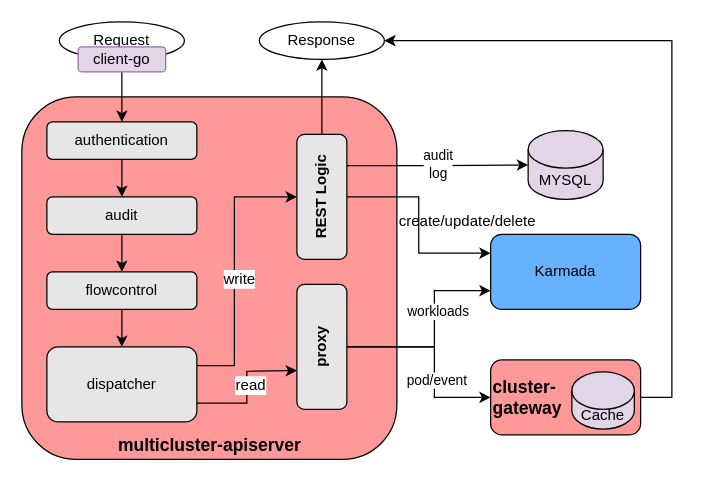
Earlier version of the draw.io diagram docs/casestudies/static/xiaohongshu_05.drawio (RainbowMango/website-3). Source tidied: cells renumbered, new cells numbered last; positions are measured from the earlier drawing's top-left corner, leaving out a move shared by most shapes. Both pictures are drawn from the tidied source at 125%, with x=0, y=0 at pixel (21, 21).
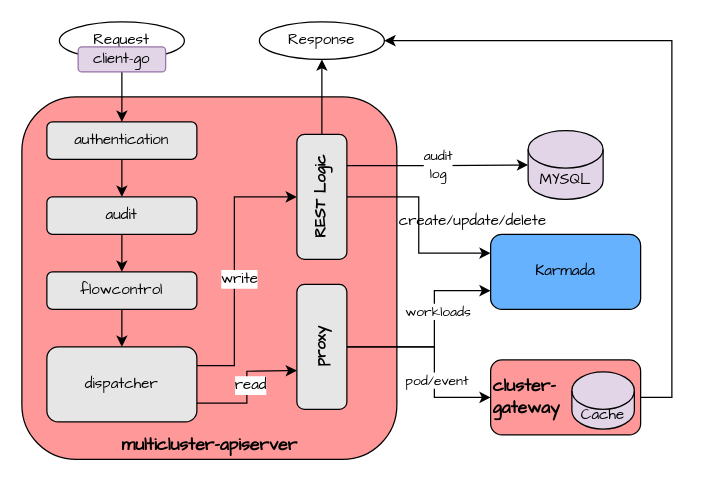
The same diagram, later.

Diff of the diagram source:
```diff
@@
-    <mxCell id="2" style="rounded=1;whiteSpace=wrap;html=1;fillColor=#FF9999;strokeColor=default;align=center;verticalAlign=middle;fontFamily=Helvetica;fontSize=12;fontColor=default;" parent="1" vertex="1">
+    <mxCell id="2" style="rounded=1;whiteSpace=wrap;html=1;fillColor=#FF9999;strokeColor=default;align=center;verticalAlign=middle;fontFamily=Comic Sans MS;fontSize=12;fontColor=default;" parent="1" vertex="1">
       <mxGeometry y="60" width="300" height="290" as="geometry" />
     </mxCell>
-    <mxCell id="3" style="edgeStyle=orthogonalEdgeStyle;rounded=0;jettySize=auto;html=1;entryX=0.5;entryY=0;entryDx=0;entryDy=0;" parent="1" edge="1" source="4" target="6">
+    <mxCell id="3" style="edgeStyle=orthogonalEdgeStyle;rounded=0;jettySize=auto;html=1;entryX=0.5;entryY=0;entryDx=0;entryDy=0;fontFamily=Comic Sans MS;" parent="1" edge="1" source="4" target="6">
       <mxGeometry relative="1" as="geometry" />
     </mxCell>
-    <mxCell id="4" value="authentication" style="rounded=1;whiteSpace=wrap;html=1;fillColor=#E6E6E6;" parent="1" vertex="1">
+    <mxCell id="4" value="authentication" style="rounded=1;whiteSpace=wrap;html=1;fillColor=#E6E6E6;fontFamily=Comic Sans MS;" parent="1" vertex="1">
       <mxGeometry x="20" y="80" width="120" height="30" as="geometry" />
     </mxCell>
-    <mxCell id="5" style="edgeStyle=orthogonalEdgeStyle;rounded=0;jettySize=auto;html=1;" parent="1" edge="1" source="6" target="8">
+    <mxCell id="5" style="edgeStyle=orthogonalEdgeStyle;rounded=0;jettySize=auto;html=1;fontFamily=Comic Sans MS;" parent="1" edge="1" source="6" target="8">
       <mxGeometry relative="1" as="geometry" />
     </mxCell>
-    <mxCell id="6" value="audit" style="rounded=1;whiteSpace=wrap;html=1;fillColor=#E6E6E6;strokeColor=default;align=center;verticalAlign=middle;fontFamily=Helvetica;fontSize=12;fontColor=default;" parent="1" vertex="1">
+    <mxCell id="6" value="audit" style="rounded=1;whiteSpace=wrap;html=1;fillColor=#E6E6E6;strokeColor=default;align=center;verticalAlign=middle;fontFamily=Comic Sans MS;fontSize=12;fontColor=default;" parent="1" vertex="1">
       <mxGeometry x="20" y="140" width="120" height="30" as="geometry" />
     </mxCell>
-    <mxCell id="7" style="edgeStyle=orthogonalEdgeStyle;rounded=0;jettySize=auto;html=1;entryX=0.5;entryY=0;entryDx=0;entryDy=0;" parent="1" edge="1" source="8" target="11">
+    <mxCell id="7" style="edgeStyle=orthogonalEdgeStyle;rounded=0;jettySize=auto;html=1;entryX=0.5;entryY=0;entryDx=0;entryDy=0;fontFamily=Comic Sans MS;" parent="1" edge="1" source="8" target="11">
       <mxGeometry relative="1" as="geometry" />
     </mxCell>
-    <mxCell id="8" value="flowcontrol" style="rounded=1;whiteSpace=wrap;html=1;fillColor=#E6E6E6;strokeColor=default;align=center;verticalAlign=middle;fontFamily=Helvetica;fontSize=12;fontColor=default;" parent="1" vertex="1">
+    <mxCell id="8" value="flowcontrol" style="rounded=1;whiteSpace=wrap;html=1;fillColor=#E6E6E6;strokeColor=default;align=center;verticalAlign=middle;fontFamily=Comic Sans MS;fontSize=12;fontColor=default;" parent="1" vertex="1">
       <mxGeometry x="20" y="200" width="120" height="30" as="geometry" />
     </mxCell>
-    <mxCell id="9" style="edgeStyle=orthogonalEdgeStyle;rounded=0;jettySize=auto;html=1;entryX=0.5;entryY=0;entryDx=0;entryDy=0;exitX=1;exitY=0.25;exitDx=0;exitDy=0;" parent="1" edge="1" source="11" target="13">
+    <mxCell id="9" style="edgeStyle=orthogonalEdgeStyle;rounded=0;jettySize=auto;html=1;entryX=0.5;entryY=0;entryDx=0;entryDy=0;exitX=1;exitY=0.25;exitDx=0;exitDy=0;fontFamily=Comic Sans MS;" parent="1" edge="1" source="11" target="13">
       <mxGeometry relative="1" as="geometry">
         <Array as="points">
           <mxPoint x="170" y="275" />
           <mxPoint x="170" y="140" />
         </Array>
       </mxGeometry>
     </mxCell>
-    <mxCell id="10" value="write" style="edgeLabel;html=1;align=center;verticalAlign=middle;fontSize=12;" parent="9" vertex="1">
+    <mxCell id="10" value="write" style="edgeLabel;html=1;align=center;verticalAlign=middle;fontSize=12;fontFamily=Comic Sans MS;" parent="9" vertex="1">
       <mxGeometry x="-0.07" y="-3" relative="1" as="geometry" />
     </mxCell>
-    <mxCell id="11" value="dispatcher" style="rounded=1;whiteSpace=wrap;html=1;fillColor=#E6E6E6;strokeColor=default;align=center;verticalAlign=middle;fontFamily=Helvetica;fontSize=12;fontColor=default;" parent="1" vertex="1">
+    <mxCell id="11" value="dispatcher" style="rounded=1;whiteSpace=wrap;html=1;fillColor=#E6E6E6;strokeColor=default;align=center;verticalAlign=middle;fontFamily=Comic Sans MS;fontSize=12;fontColor=default;" parent="1" vertex="1">
       <mxGeometry x="20" y="260" width="120" height="60" as="geometry" />
     </mxCell>
-    <mxCell id="12" style="edgeStyle=orthogonalEdgeStyle;rounded=0;jettySize=auto;html=1;entryX=0;entryY=0.25;entryDx=0;entryDy=0;" parent="1" edge="1" source="13" target="20">
+    <mxCell id="12" style="edgeStyle=orthogonalEdgeStyle;rounded=0;jettySize=auto;html=1;entryX=0;entryY=0.25;entryDx=0;entryDy=0;fontFamily=Comic Sans MS;" parent="1" edge="1" source="13" target="20">
       <mxGeometry relative="1" as="geometry" />
     </mxCell>
-    <mxCell id="13" value="REST Logic" style="rounded=1;whiteSpace=wrap;html=1;rotation=-90;fontStyle=1;fontFamily=Helvetica;strokeColor=default;align=center;verticalAlign=middle;fontSize=12;fontColor=default;fillColor=#E6E6E6;" parent="1" vertex="1">
+    <mxCell id="13" value="REST Logic" style="rounded=1;whiteSpace=wrap;html=1;rotation=-90;fontStyle=1;fontFamily=Comic Sans MS;strokeColor=default;align=center;verticalAlign=middle;fontSize=12;fontColor=default;fillColor=#E6E6E6;" parent="1" vertex="1">
       <mxGeometry x="190" y="120" width="100" height="40" as="geometry" />
     </mxCell>
-    <mxCell id="14" value="MYSQL" style="shape=cylinder3;whiteSpace=wrap;html=1;boundedLbl=1;backgroundOutline=1;size=15;rounded=1;fillColor=#E1D5E7;" parent="1" vertex="1">
+    <mxCell id="14" value="MYSQL" style="shape=cylinder3;whiteSpace=wrap;html=1;boundedLbl=1;backgroundOutline=1;size=15;rounded=1;fillColor=#E1D5E7;fontFamily=Comic Sans MS;" parent="1" vertex="1">
       <mxGeometry x="405" y="87" width="60" height="55" as="geometry" />
     </mxCell>
-    <mxCell id="15" style="edgeStyle=orthogonalEdgeStyle;rounded=0;jettySize=auto;html=1;entryX=0;entryY=0.5;entryDx=0;entryDy=0;" parent="1" edge="1" source="19" target="21">
+    <mxCell id="15" style="edgeStyle=orthogonalEdgeStyle;rounded=0;jettySize=auto;html=1;entryX=0;entryY=0.5;entryDx=0;entryDy=0;fontFamily=Comic Sans MS;" parent="1" edge="1" source="19" target="21">
       <mxGeometry relative="1" as="geometry">
         <Array as="points">
           <mxPoint x="330" y="260" />
           <mxPoint x="330" y="300" />
         </Array>
       </mxGeometry>
     </mxCell>
-    <mxCell id="16" value="pod/event" style="edgeLabel;html=1;align=center;verticalAlign=middle;" parent="15" vertex="1">
+    <mxCell id="16" value="pod/event" style="edgeLabel;html=1;align=center;verticalAlign=middle;fontFamily=Comic Sans MS;" parent="15" vertex="1">
       <mxGeometry x="0.24" y="1" relative="1" as="geometry" />
     </mxCell>
-    <mxCell id="17" style="edgeStyle=orthogonalEdgeStyle;rounded=0;jettySize=auto;html=1;entryX=0;entryY=0.75;entryDx=0;entryDy=0;" parent="1" edge="1" source="19" target="20">
+    <mxCell id="17" style="edgeStyle=orthogonalEdgeStyle;rounded=0;jettySize=auto;html=1;entryX=0;entryY=0.75;entryDx=0;entryDy=0;fontFamily=Comic Sans MS;" parent="1" edge="1" source="19" target="20">
       <mxGeometry relative="1" as="geometry">
         <Array as="points">
           <mxPoint x="330" y="260" />
           <mxPoint x="330" y="215" />
         </Array>
       </mxGeometry>
     </mxCell>
-    <mxCell id="18" value="workloads" style="edgeLabel;html=1;align=center;verticalAlign=middle;" parent="17" vertex="1">
+    <mxCell id="18" value="workloads" style="edgeLabel;html=1;align=center;verticalAlign=middle;fontFamily=Comic Sans MS;" parent="17" vertex="1">
       <mxGeometry x="0.24" y="-2" relative="1" as="geometry" />
     </mxCell>
-    <mxCell id="19" value="&lt;b&gt;proxy&lt;/b&gt;" style="rounded=1;whiteSpace=wrap;html=1;rotation=-90;strokeColor=default;align=center;verticalAlign=middle;fontFamily=Helvetica;fontSize=12;fontColor=default;fillColor=#E6E6E6;" parent="1" vertex="1">
+    <mxCell id="19" value="&lt;b&gt;proxy&lt;/b&gt;" style="rounded=1;whiteSpace=wrap;html=1;rotation=-90;strokeColor=default;align=center;verticalAlign=middle;fontFamily=Comic Sans MS;fontSize=12;fontColor=default;fillColor=#E6E6E6;" parent="1" vertex="1">
       <mxGeometry x="190" y="240" width="100" height="40" as="geometry" />
     </mxCell>
-    <mxCell id="20" value="Karmada" style="rounded=1;whiteSpace=wrap;html=1;fillColor=#66B2FF;shadow=0;glass=0;" parent="1" vertex="1">
+    <mxCell id="20" value="Karmada" style="rounded=1;whiteSpace=wrap;html=1;fillColor=#66B2FF;shadow=0;glass=0;fontFamily=Comic Sans MS;" parent="1" vertex="1">
       <mxGeometry x="375" y="170" width="120" height="60" as="geometry" />
     </mxCell>
-    <mxCell id="21" value="cluster-&lt;div style=&quot;font-size: 14px;&quot;&gt;gateway&lt;/div&gt;" style="rounded=1;whiteSpace=wrap;html=1;align=left;strokeColor=default;verticalAlign=middle;fontFamily=Helvetica;fontSize=14;fontColor=default;fillColor=#FF9999;fontStyle=1;" parent="1" vertex="1">
+    <mxCell id="21" value="cluster-&lt;div style=&quot;font-size: 14px;&quot;&gt;gateway&lt;/div&gt;" style="rounded=1;whiteSpace=wrap;html=1;align=left;strokeColor=default;verticalAlign=middle;fontFamily=Comic Sans MS;fontSize=14;fontColor=default;fillColor=#FF9999;fontStyle=1;" parent="1" vertex="1">
       <mxGeometry x="375" y="270.4" width="120" height="60" as="geometry" />
     </mxCell>
-    <mxCell id="22" value="Cache" style="shape=cylinder3;whiteSpace=wrap;html=1;boundedLbl=1;backgroundOutline=1;size=15;rounded=1;fillColor=#E1D5E7;" parent="1" vertex="1">
+    <mxCell id="22" value="Cache" style="shape=cylinder3;whiteSpace=wrap;html=1;boundedLbl=1;backgroundOutline=1;size=15;rounded=1;fillColor=#E1D5E7;fontFamily=Comic Sans MS;" parent="1" vertex="1">
       <mxGeometry x="440" y="280" width="50" height="45.8" as="geometry" />
     </mxCell>
-    <mxCell id="23" value="multicluster-apiserver" style="text;html=1;align=center;verticalAlign=bottom;whiteSpace=wrap;rounded=0;fontStyle=1;fontSize=14;" parent="1" vertex="1">
+    <mxCell id="23" value="multicluster-apiserver" style="text;html=1;align=center;verticalAlign=bottom;whiteSpace=wrap;rounded=0;fontStyle=1;fontSize=14;fontFamily=Comic Sans MS;" parent="1" vertex="1">
       <mxGeometry x="72.5" y="320" width="155" height="30" as="geometry" />
     </mxCell>
-    <mxCell id="24" style="edgeStyle=orthogonalEdgeStyle;rounded=0;jettySize=auto;html=1;exitX=1;exitY=0.75;exitDx=0;exitDy=0;" parent="1" edge="1" source="11">
+    <mxCell id="24" style="edgeStyle=orthogonalEdgeStyle;rounded=0;jettySize=auto;html=1;exitX=1;exitY=0.75;exitDx=0;exitDy=0;fontFamily=Comic Sans MS;" parent="1" edge="1" source="11">
       <mxGeometry relative="1" as="geometry">
         <mxPoint x="220" y="279" as="targetPoint" />
       </mxGeometry>
     </mxCell>
-    <mxCell id="25" value="read" style="edgeLabel;html=1;align=center;verticalAlign=middle;fontSize=12;" parent="24" vertex="1">
+    <mxCell id="25" value="read" style="edgeLabel;html=1;align=center;verticalAlign=middle;fontSize=12;fontFamily=Comic Sans MS;" parent="24" vertex="1">
       <mxGeometry x="0.04" y="-2" relative="1" as="geometry" />
     </mxCell>
-    <mxCell id="26" style="edgeStyle=orthogonalEdgeStyle;rounded=0;jettySize=auto;html=1;entryX=0.5;entryY=0;entryDx=0;entryDy=0;" parent="1" edge="1" source="27" target="4">
+    <mxCell id="26" style="edgeStyle=orthogonalEdgeStyle;rounded=0;jettySize=auto;html=1;entryX=0.5;entryY=0;entryDx=0;entryDy=0;fontFamily=Comic Sans MS;" parent="1" edge="1" source="27" target="4">
       <mxGeometry relative="1" as="geometry" />
     </mxCell>
-    <mxCell id="27" value="Request" style="strokeWidth=1;html=1;shape=mxgraph.flowchart.start_1;whiteSpace=wrap;" parent="1" vertex="1">
+    <mxCell id="27" value="Request" style="strokeWidth=1;html=1;shape=mxgraph.flowchart.start_1;whiteSpace=wrap;fontFamily=Comic Sans MS;" parent="1" vertex="1">
       <mxGeometry x="30" width="100" height="30" as="geometry" />
     </mxCell>
-    <mxCell id="28" value="Response" style="strokeWidth=1;html=1;shape=mxgraph.flowchart.start_1;whiteSpace=wrap;" parent="1" vertex="1">
+    <mxCell id="28" value="Response" style="strokeWidth=1;html=1;shape=mxgraph.flowchart.start_1;whiteSpace=wrap;fontFamily=Comic Sans MS;" parent="1" vertex="1">
       <mxGeometry x="190" width="100" height="30" as="geometry" />
     </mxCell>
-    <mxCell id="29" style="edgeStyle=orthogonalEdgeStyle;rounded=0;jettySize=auto;html=1;entryX=0.5;entryY=1;entryDx=0;entryDy=0;entryPerimeter=0;" parent="1" edge="1" source="13" target="28">
+    <mxCell id="29" style="edgeStyle=orthogonalEdgeStyle;rounded=0;jettySize=auto;html=1;entryX=0.5;entryY=1;entryDx=0;entryDy=0;entryPerimeter=0;fontFamily=Comic Sans MS;" parent="1" edge="1" source="13" target="28">
       <mxGeometry relative="1" as="geometry" />
     </mxCell>
-    <mxCell id="30" style="edgeStyle=orthogonalEdgeStyle;rounded=0;jettySize=auto;html=1;entryX=0;entryY=0.5;entryDx=0;entryDy=0;entryPerimeter=0;exitX=0.75;exitY=1;exitDx=0;exitDy=0;" parent="1" edge="1" source="13" target="14">
+    <mxCell id="30" style="edgeStyle=orthogonalEdgeStyle;rounded=0;jettySize=auto;html=1;entryX=0;entryY=0.5;entryDx=0;entryDy=0;entryPerimeter=0;exitX=0.75;exitY=1;exitDx=0;exitDy=0;fontFamily=Comic Sans MS;" parent="1" edge="1" source="13" target="14">
       <mxGeometry relative="1" as="geometry" />
     </mxCell>
-    <mxCell id="31" value="audit&lt;div&gt;log&lt;/div&gt;" style="edgeLabel;html=1;align=center;verticalAlign=middle;" parent="30" vertex="1">
+    <mxCell id="31" value="audit&lt;div&gt;log&lt;/div&gt;" style="edgeLabel;html=1;align=center;verticalAlign=middle;fontFamily=Comic Sans MS;" parent="30" vertex="1">
       <mxGeometry y="2" relative="1" as="geometry">
         <mxPoint y="1" as="offset" />
       </mxGeometry>
     </mxCell>
-    <mxCell id="32" value="create/update/delete" style="text;html=1;align=left;verticalAlign=middle;whiteSpace=wrap;rounded=0;" parent="1" vertex="1">
+    <mxCell id="32" value="create/update/delete" style="text;html=1;align=left;verticalAlign=middle;whiteSpace=wrap;rounded=0;fontFamily=Comic Sans MS;" parent="1" vertex="1">
       <mxGeometry x="300" y="150" width="115" height="20" as="geometry" />
     </mxCell>
-    <mxCell id="33" value="client-go" style="rounded=1;whiteSpace=wrap;html=1;fillColor=#e1d5e7;strokeColor=#9673a6;" parent="1" vertex="1">
+    <mxCell id="33" value="client-go" style="rounded=1;whiteSpace=wrap;html=1;fillColor=#e1d5e7;strokeColor=#9673a6;fontFamily=Comic Sans MS;" parent="1" vertex="1">
       <mxGeometry x="45" y="20" width="70" height="20" as="geometry" />
     </mxCell>
-    <mxCell id="34" style="edgeStyle=orthogonalEdgeStyle;rounded=0;jettySize=auto;html=1;entryX=1;entryY=0.5;entryDx=0;entryDy=0;entryPerimeter=0;" parent="1" edge="1" source="21" target="28">
+    <mxCell id="34" style="edgeStyle=orthogonalEdgeStyle;rounded=0;jettySize=auto;html=1;entryX=1;entryY=0.5;entryDx=0;entryDy=0;entryPerimeter=0;fontFamily=Comic Sans MS;" parent="1" edge="1" source="21" target="28">
       <mxGeometry relative="1" as="geometry">
         <Array as="points">
           <mxPoint x="520" y="300" />
           <mxPoint x="520" y="15" />
         </Array>
       </mxGeometry>
     </mxCell>
```
